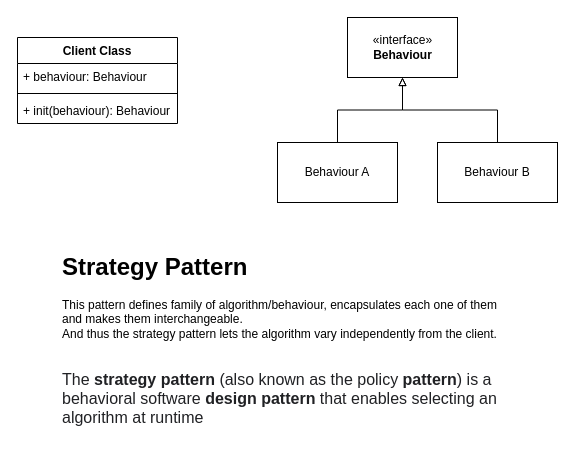
The draw.io diagram page "Strategy Pattern" (1 of 5) of DesignPatterns.drawio in amit2908/Notes, before the edit. Source tidied: cells renumbered, new cells numbered last; positions are measured from the earlier drawing's top-left corner, leaving out a move shared by most shapes. Both pictures are drawn from the tidied source at 100%, with x=0, y=0 at pixel (17, 17).
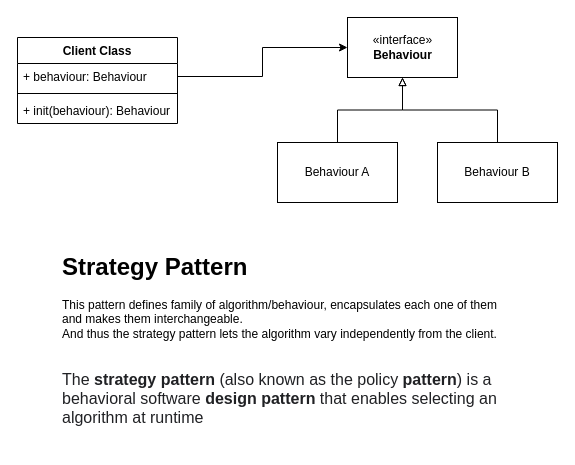
Above is the later version.

The edit, as a diff of the source:
```diff
@@
 <mxGraphModel>
   <root>
     <mxCell id="0" />
     <mxCell id="1" parent="0" />
     <mxCell id="2" style="edgeStyle=orthogonalEdgeStyle;rounded=0;jettySize=auto;html=1;endArrow=none;endFill=0;startArrow=block;startFill=0;" parent="1" edge="1" source="4" target="9">
       <mxGeometry relative="1" as="geometry" />
     </mxCell>
     <mxCell id="3" style="edgeStyle=orthogonalEdgeStyle;rounded=0;jettySize=auto;html=1;entryX=0.5;entryY=0;entryDx=0;entryDy=0;startArrow=block;startFill=0;endArrow=none;endFill=0;" parent="1" edge="1" source="4" target="10">
       <mxGeometry relative="1" as="geometry" />
     </mxCell>
     <mxCell id="4" value="«interface»&lt;br&gt;&lt;b&gt;Behaviour&lt;/b&gt;" style="html=1;" parent="1" vertex="1">
       <mxGeometry x="330" width="110" height="60" as="geometry" />
     </mxCell>
     <mxCell id="5" value="Client Class" style="swimlane;fontStyle=1;align=center;verticalAlign=top;horizontal=1;startSize=26;" parent="1" vertex="1">
       <mxGeometry y="20" width="160" height="86" as="geometry" />
     </mxCell>
     <mxCell id="6" value="+ behaviour: Behaviour" style="text;strokeColor=none;fillColor=none;align=left;verticalAlign=top;spacingLeft=4;spacingRight=4;overflow=hidden;points=[[0,0.5],[1,0.5]];portConstraint=eastwest;" parent="5" vertex="1">
       <mxGeometry y="26" width="160" height="26" as="geometry" />
     </mxCell>
     <mxCell id="7" style="line;strokeWidth=1;fillColor=none;align=left;verticalAlign=middle;spacingTop=-1;spacingLeft=3;spacingRight=3;labelPosition=right;" parent="5" vertex="1">
       <mxGeometry y="52" width="160" height="8" as="geometry" />
     </mxCell>
     <mxCell id="8" value="+ init(behaviour): Behaviour" style="text;strokeColor=none;fillColor=none;align=left;verticalAlign=top;spacingLeft=4;spacingRight=4;overflow=hidden;" parent="5" vertex="1">
       <mxGeometry y="60" width="160" height="26" as="geometry" />
     </mxCell>
     <mxCell id="9" value="Behaviour A" style="whiteSpace=wrap;html=1;" parent="1" vertex="1">
       <mxGeometry x="260" y="125" width="120" height="60" as="geometry" />
     </mxCell>
     <mxCell id="10" value="Behaviour B" style="whiteSpace=wrap;html=1;" parent="1" vertex="1">
       <mxGeometry x="420" y="125" width="120" height="60" as="geometry" />
     </mxCell>
     <mxCell id="11" value="&lt;h1&gt;Strategy Pattern&lt;/h1&gt;&lt;div&gt;This pattern defines family of algorithm/behaviour, encapsulates each one of them and makes them interchangeable.&lt;/div&gt;&lt;span&gt;And thus the strategy pattern lets the algorithm vary independently from the client.&lt;br&gt;&lt;br&gt;&lt;br&gt;&lt;/span&gt;&lt;span style=&quot;color: rgb(32 , 33 , 36) ; font-family: &amp;#34;arial&amp;#34; , sans-serif ; font-size: 16px ; background-color: rgb(255 , 255 , 255)&quot;&gt;The&amp;nbsp;&lt;/span&gt;&lt;b style=&quot;color: rgb(32 , 33 , 36) ; font-family: &amp;#34;arial&amp;#34; , sans-serif ; font-size: 16px ; background-color: rgb(255 , 255 , 255)&quot;&gt;strategy pattern&lt;/b&gt;&lt;span style=&quot;color: rgb(32 , 33 , 36) ; font-family: &amp;#34;arial&amp;#34; , sans-serif ; font-size: 16px ; background-color: rgb(255 , 255 , 255)&quot;&gt;&amp;nbsp;(also known as the policy&amp;nbsp;&lt;/span&gt;&lt;b style=&quot;color: rgb(32 , 33 , 36) ; font-family: &amp;#34;arial&amp;#34; , sans-serif ; font-size: 16px ; background-color: rgb(255 , 255 , 255)&quot;&gt;pattern&lt;/b&gt;&lt;span style=&quot;color: rgb(32 , 33 , 36) ; font-family: &amp;#34;arial&amp;#34; , sans-serif ; font-size: 16px ; background-color: rgb(255 , 255 , 255)&quot;&gt;) is a behavioral software&amp;nbsp;&lt;/span&gt;&lt;b style=&quot;color: rgb(32 , 33 , 36) ; font-family: &amp;#34;arial&amp;#34; , sans-serif ; font-size: 16px ; background-color: rgb(255 , 255 , 255)&quot;&gt;design pattern&lt;/b&gt;&lt;span style=&quot;color: rgb(32 , 33 , 36) ; font-family: &amp;#34;arial&amp;#34; , sans-serif ; font-size: 16px ; background-color: rgb(255 , 255 , 255)&quot;&gt;&amp;nbsp;that enables selecting an algorithm at runtime&lt;/span&gt;&lt;span&gt;&lt;br&gt;&lt;/span&gt;" style="text;html=1;strokeColor=none;fillColor=none;spacing=5;spacingTop=-20;whiteSpace=wrap;overflow=hidden;rounded=0;" parent="1" vertex="1">
       <mxGeometry x="40" y="230" width="460" height="200" as="geometry" />
     </mxCell>
+    <mxCell id="12" style="edgeStyle=orthogonalEdgeStyle;rounded=0;jettySize=auto;html=1;entryX=0;entryY=0.5;entryDx=0;entryDy=0;" parent="1" edge="1" source="6" target="4">
+      <mxGeometry relative="1" as="geometry" />
+    </mxCell>
   </root>
 </mxGraphModel>
```
